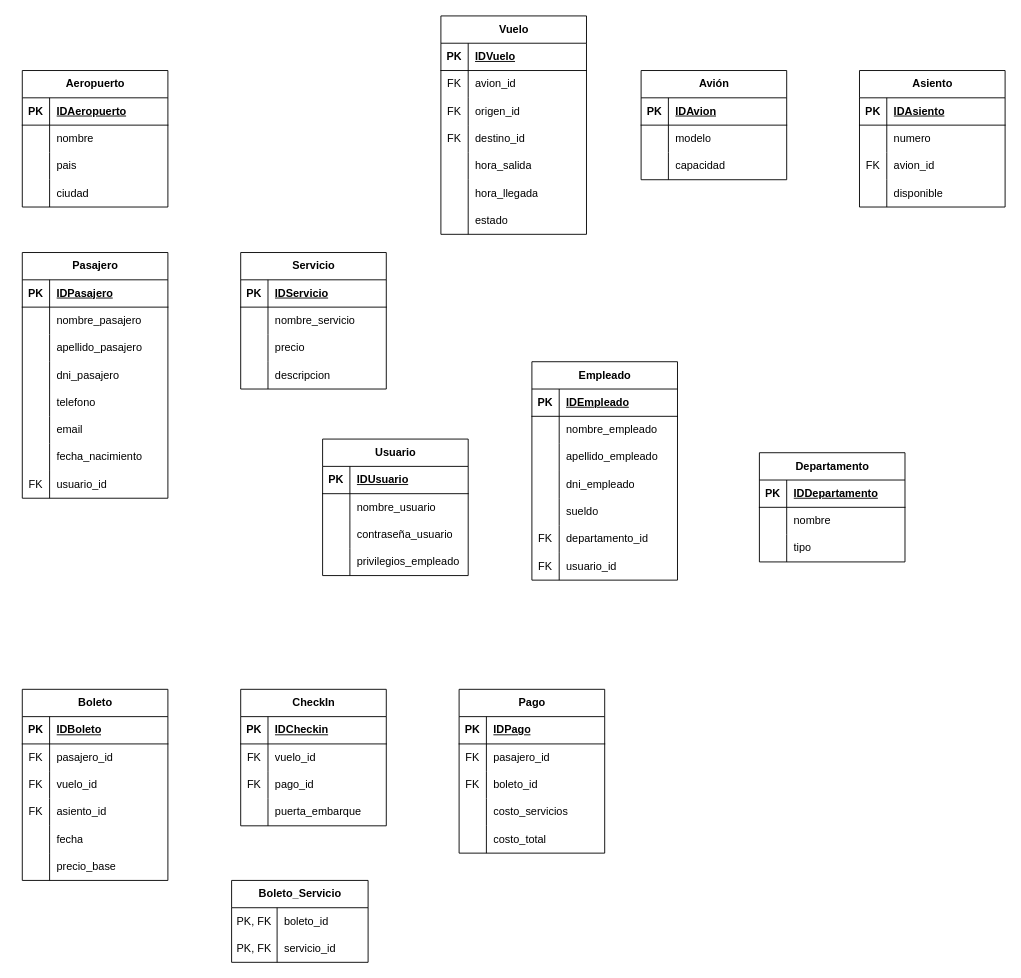
Before: der bd.drawio in JuanMolinas1/Proyecto-Aerolineas-LowCost, a draw.io diagram. Source tidied: cells renumbered, new cells numbered last; positions are measured from the earlier drawing's top-left corner, leaving out a move shared by most shapes. Both pictures are drawn from the tidied source at 91%, with x=0, y=0 at pixel (22, 15).
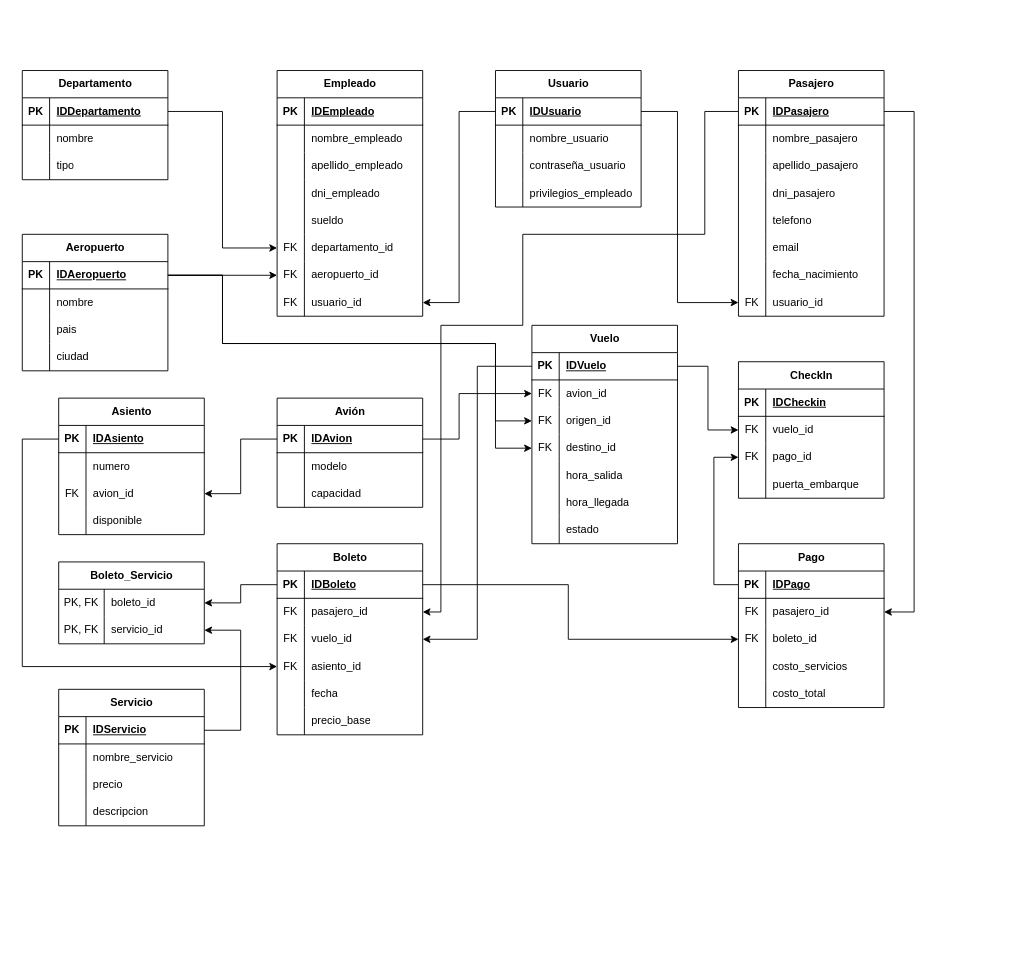
The same diagram, later.

Unchanged cells that the change refers to:
```xml
<mxCell id="3" style="shape=tableRow;horizontal=0;startSize=0;swimlaneHead=0;swimlaneBody=0;fillColor=none;points=[[0,0.5],[1,0.5]];portConstraint=eastwest;top=0;left=0;right=0;bottom=1;" parent="2" vertex="1">
  <mxGeometry y="30" width="160" height="30" as="geometry" />
</mxCell>
<mxCell id="16" style="shape=tableRow;horizontal=0;startSize=0;swimlaneHead=0;swimlaneBody=0;fillColor=none;points=[[0,0.5],[1,0.5]];portConstraint=eastwest;top=0;left=0;right=0;bottom=1;" parent="15" vertex="1">
  <mxGeometry y="30" width="160" height="30" as="geometry" />
</mxCell>
<mxCell id="26" style="shape=tableRow;horizontal=0;startSize=0;swimlaneHead=0;swimlaneBody=0;fillColor=none;points=[[0,0.5],[1,0.5]];portConstraint=eastwest;top=0;left=0;right=0;bottom=1;" parent="25" vertex="1">
  <mxGeometry y="30" width="160" height="30" as="geometry" />
</mxCell>
<mxCell id="36" style="shape=tableRow;horizontal=0;startSize=0;swimlaneHead=0;swimlaneBody=0;fillColor=none;points=[[0,0.5],[1,0.5]];portConstraint=eastwest;top=0;left=0;right=0;bottom=1;" parent="35" vertex="1">
  <mxGeometry y="30" width="160" height="30" as="geometry" />
</mxCell>
<mxCell id="57" style="shape=tableRow;horizontal=0;startSize=0;swimlaneHead=0;swimlaneBody=0;fillColor=none;points=[[0,0.5],[1,0.5]];portConstraint=eastwest;top=0;left=0;right=0;bottom=0;" parent="35" vertex="1">
  <mxGeometry y="240" width="160" height="30" as="geometry" />
</mxCell>
<mxCell id="61" style="shape=tableRow;horizontal=0;startSize=0;swimlaneHead=0;swimlaneBody=0;fillColor=none;points=[[0,0.5],[1,0.5]];portConstraint=eastwest;top=0;left=0;right=0;bottom=1;" parent="60" vertex="1">
  <mxGeometry y="30" width="160" height="30" as="geometry" />
</mxCell>
<mxCell id="74" style="shape=tableRow;horizontal=0;startSize=0;swimlaneHead=0;swimlaneBody=0;fillColor=none;points=[[0,0.5],[1,0.5]];portConstraint=eastwest;top=0;left=0;right=0;bottom=1;" parent="73" vertex="1">
  <mxGeometry y="30" width="160" height="30" as="geometry" />
</mxCell>
<mxCell id="87" style="shape=tableRow;horizontal=0;startSize=0;swimlaneHead=0;swimlaneBody=0;fillColor=none;points=[[0,0.5],[1,0.5]];portConstraint=eastwest;top=0;left=0;right=0;bottom=1;" parent="86" vertex="1">
  <mxGeometry y="30" width="160" height="30" as="geometry" />
</mxCell>
<mxCell id="93" style="shape=tableRow;horizontal=0;startSize=0;swimlaneHead=0;swimlaneBody=0;fillColor=none;points=[[0,0.5],[1,0.5]];portConstraint=eastwest;top=0;left=0;right=0;bottom=0;" parent="86" vertex="1">
  <mxGeometry y="90" width="160" height="30" as="geometry" />
</mxCell>
<mxCell id="115" style="shape=tableRow;horizontal=0;startSize=0;swimlaneHead=0;swimlaneBody=0;fillColor=none;points=[[0,0.5],[1,0.5]];portConstraint=eastwest;top=0;left=0;right=0;bottom=0;" parent="99" vertex="1">
  <mxGeometry y="180" width="160" height="30" as="geometry" />
</mxCell>
<mxCell id="122" style="shape=tableRow;horizontal=0;startSize=0;swimlaneHead=0;swimlaneBody=0;fillColor=none;points=[[0,0.5],[1,0.5]];portConstraint=eastwest;top=0;left=0;right=0;bottom=1;" parent="121" vertex="1">
  <mxGeometry y="30" width="160" height="30" as="geometry" />
</mxCell>
<mxCell id="125" style="shape=tableRow;horizontal=0;startSize=0;swimlaneHead=0;swimlaneBody=0;fillColor=none;points=[[0,0.5],[1,0.5]];portConstraint=eastwest;top=0;left=0;right=0;bottom=0;" parent="121" vertex="1">
  <mxGeometry y="60" width="160" height="30" as="geometry" />
</mxCell>
<mxCell id="128" style="shape=tableRow;horizontal=0;startSize=0;swimlaneHead=0;swimlaneBody=0;fillColor=none;points=[[0,0.5],[1,0.5]];portConstraint=eastwest;top=0;left=0;right=0;bottom=0;" parent="121" vertex="1">
  <mxGeometry y="90" width="160" height="30" as="geometry" />
</mxCell>
<mxCell id="131" style="shape=tableRow;horizontal=0;startSize=0;swimlaneHead=0;swimlaneBody=0;fillColor=none;points=[[0,0.5],[1,0.5]];portConstraint=eastwest;top=0;left=0;right=0;bottom=0;" parent="121" vertex="1">
  <mxGeometry y="120" width="160" height="30" as="geometry" />
</mxCell>
<mxCell id="144" style="shape=tableRow;horizontal=0;startSize=0;swimlaneHead=0;swimlaneBody=0;fillColor=none;points=[[0,0.5],[1,0.5]];portConstraint=eastwest;top=0;left=0;right=0;bottom=1;" parent="143" vertex="1">
  <mxGeometry y="30" width="160" height="30" as="geometry" />
</mxCell>
<mxCell id="147" style="shape=tableRow;horizontal=0;startSize=0;swimlaneHead=0;swimlaneBody=0;fillColor=none;points=[[0,0.5],[1,0.5]];portConstraint=eastwest;top=0;left=0;right=0;bottom=0;" parent="143" vertex="1">
  <mxGeometry y="60" width="160" height="30" as="geometry" />
</mxCell>
<mxCell id="150" style="shape=tableRow;horizontal=0;startSize=0;swimlaneHead=0;swimlaneBody=0;fillColor=none;points=[[0,0.5],[1,0.5]];portConstraint=eastwest;top=0;left=0;right=0;bottom=0;" parent="143" vertex="1">
  <mxGeometry y="90" width="160" height="30" as="geometry" />
</mxCell>
<mxCell id="153" style="shape=tableRow;horizontal=0;startSize=0;swimlaneHead=0;swimlaneBody=0;fillColor=none;points=[[0,0.5],[1,0.5]];portConstraint=eastwest;top=0;left=0;right=0;bottom=0;" parent="143" vertex="1">
  <mxGeometry y="120" width="160" height="30" as="geometry" />
</mxCell>
<mxCell id="166" style="shape=tableRow;horizontal=0;startSize=0;swimlaneHead=0;swimlaneBody=0;fillColor=none;points=[[0,0.5],[1,0.5]];portConstraint=eastwest;top=0;left=0;right=0;bottom=0;" parent="162" vertex="1">
  <mxGeometry y="60" width="160" height="30" as="geometry" />
</mxCell>
<mxCell id="169" style="shape=tableRow;horizontal=0;startSize=0;swimlaneHead=0;swimlaneBody=0;fillColor=none;points=[[0,0.5],[1,0.5]];portConstraint=eastwest;top=0;left=0;right=0;bottom=0;" parent="162" vertex="1">
  <mxGeometry y="90" width="160" height="30" as="geometry" />
</mxCell>
<mxCell id="176" style="shape=tableRow;horizontal=0;startSize=0;swimlaneHead=0;swimlaneBody=0;fillColor=none;points=[[0,0.5],[1,0.5]];portConstraint=eastwest;top=0;left=0;right=0;bottom=1;" parent="175" vertex="1">
  <mxGeometry y="30" width="160" height="30" as="geometry" />
</mxCell>
<mxCell id="179" style="shape=tableRow;horizontal=0;startSize=0;swimlaneHead=0;swimlaneBody=0;fillColor=none;points=[[0,0.5],[1,0.5]];portConstraint=eastwest;top=0;left=0;right=0;bottom=0;" parent="175" vertex="1">
  <mxGeometry y="60" width="160" height="30" as="geometry" />
</mxCell>
<mxCell id="182" style="shape=tableRow;horizontal=0;startSize=0;swimlaneHead=0;swimlaneBody=0;fillColor=none;points=[[0,0.5],[1,0.5]];portConstraint=eastwest;top=0;left=0;right=0;bottom=0;" parent="175" vertex="1">
  <mxGeometry y="90" width="160" height="30" as="geometry" />
</mxCell>
```

What changed in the source:
```diff
@@
     <mxCell id="2" value="Aeropuerto" style="shape=table;startSize=30;childLayout=tableLayout;rowLines=0;fontStyle=1;align=center;html=1;" parent="1" vertex="1">
-      <mxGeometry y="60" width="160" height="150" as="geometry" />
+      <mxGeometry y="240" width="160" height="150" as="geometry" />
     </mxCell>
@@
     <mxCell id="15" value="Avión" style="shape=table;startSize=30;childLayout=tableLayout;rowLines=0;fontStyle=1;align=center;html=1;" parent="1" vertex="1">
-      <mxGeometry x="680" y="60" width="160" height="120" as="geometry" />
+      <mxGeometry x="280" y="420" width="160" height="120" as="geometry" />
     </mxCell>
@@
     <mxCell id="25" value="Departamento" style="shape=table;startSize=30;childLayout=tableLayout;rowLines=0;fontStyle=1;align=center;html=1;" parent="1" vertex="1">
-      <mxGeometry x="810" y="480" width="160" height="120" as="geometry" />
+      <mxGeometry y="60" width="160" height="120" as="geometry" />
     </mxCell>
@@
     <mxCell id="35" value="Pasajero" style="shape=table;startSize=30;childLayout=tableLayout;rowLines=0;fontStyle=1;align=center;html=1;" parent="1" vertex="1">
-      <mxGeometry y="260" width="160" height="270" as="geometry" />
+      <mxGeometry x="787" y="60" width="160" height="270" as="geometry" />
     </mxCell>
@@
     <mxCell id="60" value="Servicio" style="shape=table;startSize=30;childLayout=tableLayout;rowLines=0;fontStyle=1;align=center;html=1;" parent="1" vertex="1">
-      <mxGeometry x="240" y="260" width="160" height="150" as="geometry" />
+      <mxGeometry x="40" y="740" width="160" height="150" as="geometry" />
     </mxCell>
@@
     <mxCell id="73" value="Usuario" style="shape=table;startSize=30;childLayout=tableLayout;rowLines=0;fontStyle=1;align=center;html=1;" parent="1" vertex="1">
-      <mxGeometry x="330" y="465" width="160" height="150" as="geometry" />
+      <mxGeometry x="520" y="60" width="160" height="150" as="geometry" />
     </mxCell>
@@
     <mxCell id="86" value="Asiento" style="shape=table;startSize=30;childLayout=tableLayout;rowLines=0;fontStyle=1;align=center;html=1;" parent="1" vertex="1">
-      <mxGeometry x="920" y="60" width="160" height="150" as="geometry" />
+      <mxGeometry x="40" y="420" width="160" height="150" as="geometry" />
     </mxCell>
@@
     <mxCell id="99" value="Empleado" style="shape=table;startSize=30;childLayout=tableLayout;rowLines=0;fontStyle=1;align=center;html=1;" parent="1" vertex="1">
-      <mxGeometry x="560" y="380" width="160" height="240" as="geometry" />
+      <mxGeometry x="280" y="60" width="160" height="270" as="geometry" />
     </mxCell>
@@
+    <mxCell id="198" style="shape=tableRow;horizontal=0;startSize=0;swimlaneHead=0;swimlaneBody=0;fillColor=none;points=[[0,0.5],[1,0.5]];portConstraint=eastwest;top=0;left=0;right=0;bottom=0;" parent="99" vertex="1">
+      <mxGeometry y="210" width="160" height="30" as="geometry" />
+    </mxCell>
+    <mxCell id="199" value="FK" style="shape=partialRectangle;fillColor=none;top=0;left=0;bottom=0;right=0;overflow=hidden;whiteSpace=wrap;html=1;" parent="198" vertex="1">
+      <mxGeometry width="30" height="30" as="geometry" />
+    </mxCell>
+    <mxCell id="200" value="aeropuerto_id" style="shape=partialRectangle;fillColor=none;top=0;left=0;bottom=0;right=0;align=left;spacingLeft=6;overflow=hidden;whiteSpace=wrap;html=1;" parent="198" vertex="1">
+      <mxGeometry x="30" width="130" height="30" as="geometry" />
+    </mxCell>
     <mxCell id="118" style="shape=tableRow;horizontal=0;startSize=0;swimlaneHead=0;swimlaneBody=0;fillColor=none;points=[[0,0.5],[1,0.5]];portConstraint=eastwest;top=0;left=0;right=0;bottom=0;" parent="99" vertex="1">
-      <mxGeometry y="210" width="160" height="30" as="geometry" />
+      <mxGeometry y="240" width="160" height="30" as="geometry" />
     </mxCell>
@@
     <mxCell id="121" value="Vuelo" style="shape=table;startSize=30;childLayout=tableLayout;rowLines=0;fontStyle=1;align=center;html=1;" parent="1" vertex="1">
-      <mxGeometry x="460" width="160" height="240" as="geometry" />
+      <mxGeometry x="560" y="340" width="160" height="240" as="geometry" />
     </mxCell>
@@
     <mxCell id="143" value="Boleto" style="shape=table;startSize=30;childLayout=tableLayout;rowLines=0;fontStyle=1;align=center;html=1;" parent="1" vertex="1">
-      <mxGeometry y="740" width="160" height="210" as="geometry" />
+      <mxGeometry x="280" y="580" width="160" height="210" as="geometry" />
     </mxCell>
@@
     <mxCell id="162" value="CheckIn" style="shape=table;startSize=30;childLayout=tableLayout;rowLines=0;fontStyle=1;align=center;html=1;" parent="1" vertex="1">
-      <mxGeometry x="240" y="740" width="160" height="150" as="geometry" />
+      <mxGeometry x="787" y="380" width="160" height="150" as="geometry" />
     </mxCell>
@@
     <mxCell id="175" value="Pago" style="shape=table;startSize=30;childLayout=tableLayout;rowLines=0;fontStyle=1;align=center;html=1;" parent="1" vertex="1">
-      <mxGeometry x="480" y="740" width="160" height="180" as="geometry" />
+      <mxGeometry x="787" y="580" width="160" height="180" as="geometry" />
     </mxCell>
@@
     <mxCell id="191" value="Boleto_Servicio" style="shape=table;startSize=30;childLayout=tableLayout;rowLines=0;fontStyle=1;align=center;html=1;" parent="1" vertex="1">
-      <mxGeometry x="230" y="950" width="150" height="90" as="geometry" />
+      <mxGeometry x="40" y="600" width="160" height="90" as="geometry" />
     </mxCell>
     <mxCell id="192" style="shape=tableRow;horizontal=0;startSize=0;swimlaneHead=0;swimlaneBody=0;fillColor=none;points=[[0,0.5],[1,0.5]];portConstraint=eastwest;top=0;left=0;right=0;bottom=0;" parent="191" vertex="1">
-      <mxGeometry y="30" width="150" height="30" as="geometry" />
+      <mxGeometry y="30" width="160" height="30" as="geometry" />
     </mxCell>
@@
     <mxCell id="194" value="boleto_id" style="shape=partialRectangle;fillColor=none;top=0;left=0;bottom=0;right=0;align=left;spacingLeft=6;overflow=hidden;whiteSpace=wrap;html=1;" parent="192" vertex="1">
-      <mxGeometry x="50" width="100" height="30" as="geometry" />
+      <mxGeometry x="50" width="110" height="30" as="geometry" />
     </mxCell>
     <mxCell id="195" style="shape=tableRow;horizontal=0;startSize=0;swimlaneHead=0;swimlaneBody=0;fillColor=none;points=[[0,0.5],[1,0.5]];portConstraint=eastwest;top=0;left=0;right=0;bottom=0;" parent="191" vertex="1">
-      <mxGeometry y="60" width="150" height="30" as="geometry" />
+      <mxGeometry y="60" width="160" height="30" as="geometry" />
     </mxCell>
@@
     <mxCell id="197" value="servicio_id" style="shape=partialRectangle;fillColor=none;top=0;left=0;bottom=0;right=0;align=left;spacingLeft=6;overflow=hidden;whiteSpace=wrap;html=1;" parent="195" vertex="1">
-      <mxGeometry x="50" width="100" height="30" as="geometry" />
+      <mxGeometry x="50" width="110" height="30" as="geometry" />
     </mxCell>
+    <mxCell id="201" style="edgeStyle=orthogonalEdgeStyle;rounded=0;jettySize=auto;html=1;" parent="1" edge="1" source="26" target="115">
+      <mxGeometry relative="1" as="geometry" />
+    </mxCell>
+    <mxCell id="202" style="edgeStyle=orthogonalEdgeStyle;rounded=0;jettySize=auto;html=1;entryX=0;entryY=0.5;entryDx=0;entryDy=0;" parent="1" edge="1" source="3" target="198">
+      <mxGeometry relative="1" as="geometry" />
+    </mxCell>
+    <mxCell id="203" style="edgeStyle=orthogonalEdgeStyle;rounded=0;jettySize=auto;html=1;" parent="1" edge="1" source="74" target="118">
+      <mxGeometry relative="1" as="geometry">
+        <Array as="points">
+          <mxPoint x="480" y="105" />
+          <mxPoint x="480" y="315" />
+        </Array>
+      </mxGeometry>
+    </mxCell>
+    <mxCell id="204" style="edgeStyle=orthogonalEdgeStyle;rounded=0;jettySize=auto;html=1;" parent="1" edge="1" source="74" target="57">
+      <mxGeometry relative="1" as="geometry">
+        <Array as="points">
+          <mxPoint x="720" y="105" />
+          <mxPoint x="720" y="315" />
+        </Array>
+      </mxGeometry>
+    </mxCell>
+    <mxCell id="205" style="edgeStyle=orthogonalEdgeStyle;rounded=0;jettySize=auto;html=1;entryX=1;entryY=0.5;entryDx=0;entryDy=0;" parent="1" edge="1" source="16" target="93">
+      <mxGeometry relative="1" as="geometry" />
+    </mxCell>
+    <mxCell id="206" style="edgeStyle=orthogonalEdgeStyle;rounded=0;jettySize=auto;html=1;entryX=0;entryY=0.5;entryDx=0;entryDy=0;" parent="1" edge="1" source="3" target="128">
+      <mxGeometry relative="1" as="geometry">
+        <Array as="points">
+          <mxPoint x="220" y="285" />
+          <mxPoint x="220" y="360" />
+          <mxPoint x="520" y="360" />
+          <mxPoint x="520" y="445" />
+        </Array>
+      </mxGeometry>
+    </mxCell>
+    <mxCell id="207" style="edgeStyle=orthogonalEdgeStyle;rounded=0;jettySize=auto;html=1;" parent="1" edge="1" source="3" target="131">
+      <mxGeometry relative="1" as="geometry">
+        <Array as="points">
+          <mxPoint x="220" y="285" />
+          <mxPoint x="220" y="360" />
+          <mxPoint x="520" y="360" />
+          <mxPoint x="520" y="475" />
+        </Array>
+      </mxGeometry>
+    </mxCell>
+    <mxCell id="208" style="edgeStyle=orthogonalEdgeStyle;rounded=0;jettySize=auto;html=1;" parent="1" edge="1" source="16" target="125">
+      <mxGeometry relative="1" as="geometry">
+        <Array as="points">
+          <mxPoint x="480" y="465" />
+          <mxPoint x="480" y="415" />
+        </Array>
+      </mxGeometry>
+    </mxCell>
+    <mxCell id="209" style="edgeStyle=orthogonalEdgeStyle;rounded=0;jettySize=auto;html=1;entryX=0;entryY=0.5;entryDx=0;entryDy=0;" parent="1" edge="1" source="122" target="166">
+      <mxGeometry relative="1" as="geometry" />
+    </mxCell>
+    <mxCell id="210" style="edgeStyle=orthogonalEdgeStyle;rounded=0;jettySize=auto;html=1;entryX=0;entryY=0.5;entryDx=0;entryDy=0;" parent="1" edge="1" source="176" target="169">
+      <mxGeometry relative="1" as="geometry">
+        <Array as="points">
+          <mxPoint x="760" y="625" />
+          <mxPoint x="760" y="485" />
+        </Array>
+      </mxGeometry>
+    </mxCell>
+    <mxCell id="211" style="edgeStyle=orthogonalEdgeStyle;rounded=0;jettySize=auto;html=1;entryX=1;entryY=0.5;entryDx=0;entryDy=0;" parent="1" edge="1" source="36" target="179">
+      <mxGeometry relative="1" as="geometry">
+        <Array as="points">
+          <mxPoint x="980" y="105" />
+          <mxPoint x="980" y="655" />
+        </Array>
+      </mxGeometry>
+    </mxCell>
+    <mxCell id="212" style="edgeStyle=orthogonalEdgeStyle;rounded=0;jettySize=auto;html=1;entryX=1;entryY=0.5;entryDx=0;entryDy=0;" parent="1" edge="1" source="122" target="150">
+      <mxGeometry relative="1" as="geometry" />
+    </mxCell>
+    <mxCell id="213" style="edgeStyle=orthogonalEdgeStyle;rounded=0;jettySize=auto;html=1;entryX=0;entryY=0.5;entryDx=0;entryDy=0;" parent="1" edge="1" source="87" target="153">
+      <mxGeometry relative="1" as="geometry">
+        <Array as="points">
+          <mxPoint y="465" />
+          <mxPoint y="715" />
+        </Array>
+      </mxGeometry>
+    </mxCell>
+    <mxCell id="214" style="edgeStyle=orthogonalEdgeStyle;rounded=0;jettySize=auto;html=1;" parent="1" edge="1" source="36" target="147">
+      <mxGeometry relative="1" as="geometry">
+        <Array as="points">
+          <mxPoint x="750" y="105" />
+          <mxPoint x="750" y="240" />
+          <mxPoint x="550" y="240" />
+          <mxPoint x="550" y="340" />
+          <mxPoint x="460" y="340" />
+          <mxPoint x="460" y="655" />
+        </Array>
+      </mxGeometry>
+    </mxCell>
+    <mxCell id="215" style="edgeStyle=orthogonalEdgeStyle;rounded=0;jettySize=auto;html=1;entryX=1;entryY=0.5;entryDx=0;entryDy=0;" parent="1" edge="1" source="144" target="192">
+      <mxGeometry relative="1" as="geometry" />
+    </mxCell>
+    <mxCell id="216" style="edgeStyle=orthogonalEdgeStyle;rounded=0;jettySize=auto;html=1;entryX=1;entryY=0.5;entryDx=0;entryDy=0;" parent="1" edge="1" source="61" target="195">
+      <mxGeometry relative="1" as="geometry">
+        <Array as="points">
+          <mxPoint x="240" y="785" />
+          <mxPoint x="240" y="675" />
+        </Array>
+      </mxGeometry>
+    </mxCell>
+    <mxCell id="217" style="edgeStyle=orthogonalEdgeStyle;rounded=0;jettySize=auto;html=1;entryX=0;entryY=0.5;entryDx=0;entryDy=0;" parent="1" edge="1" source="144" target="182">
+      <mxGeometry relative="1" as="geometry">
+        <Array as="points">
+          <mxPoint x="600" y="625" />
+          <mxPoint x="600" y="685" />
+        </Array>
+      </mxGeometry>
+    </mxCell>
```
